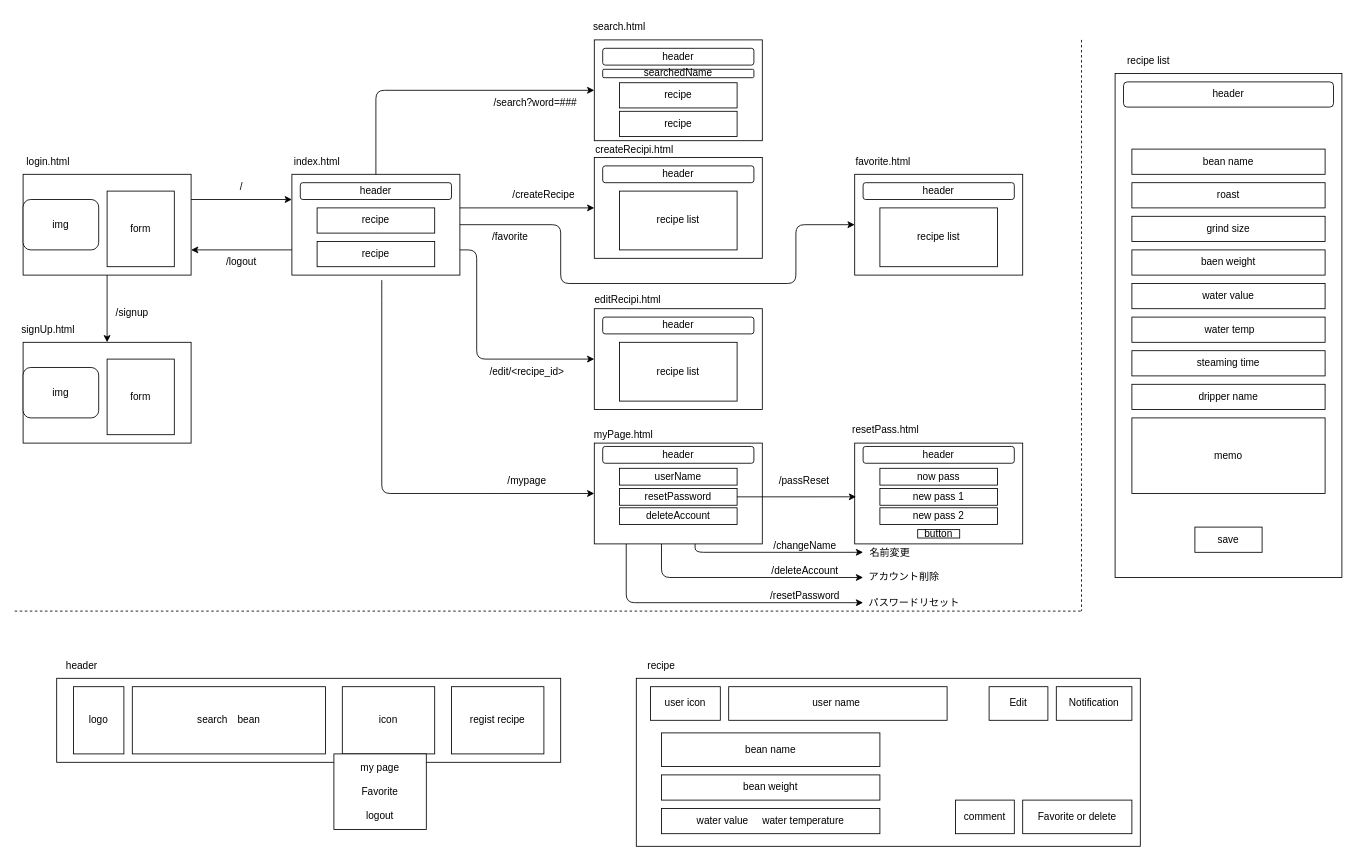
The draw.io diagram screen.dio in sasa-0823/my_coffee, before the edit. Source tidied: cells renumbered, new cells numbered last; positions are measured from the earlier drawing's top-left corner, leaving out a move shared by most shapes. Both pictures are drawn from the tidied source at 84%, with x=0, y=0 at pixel (14, 14).
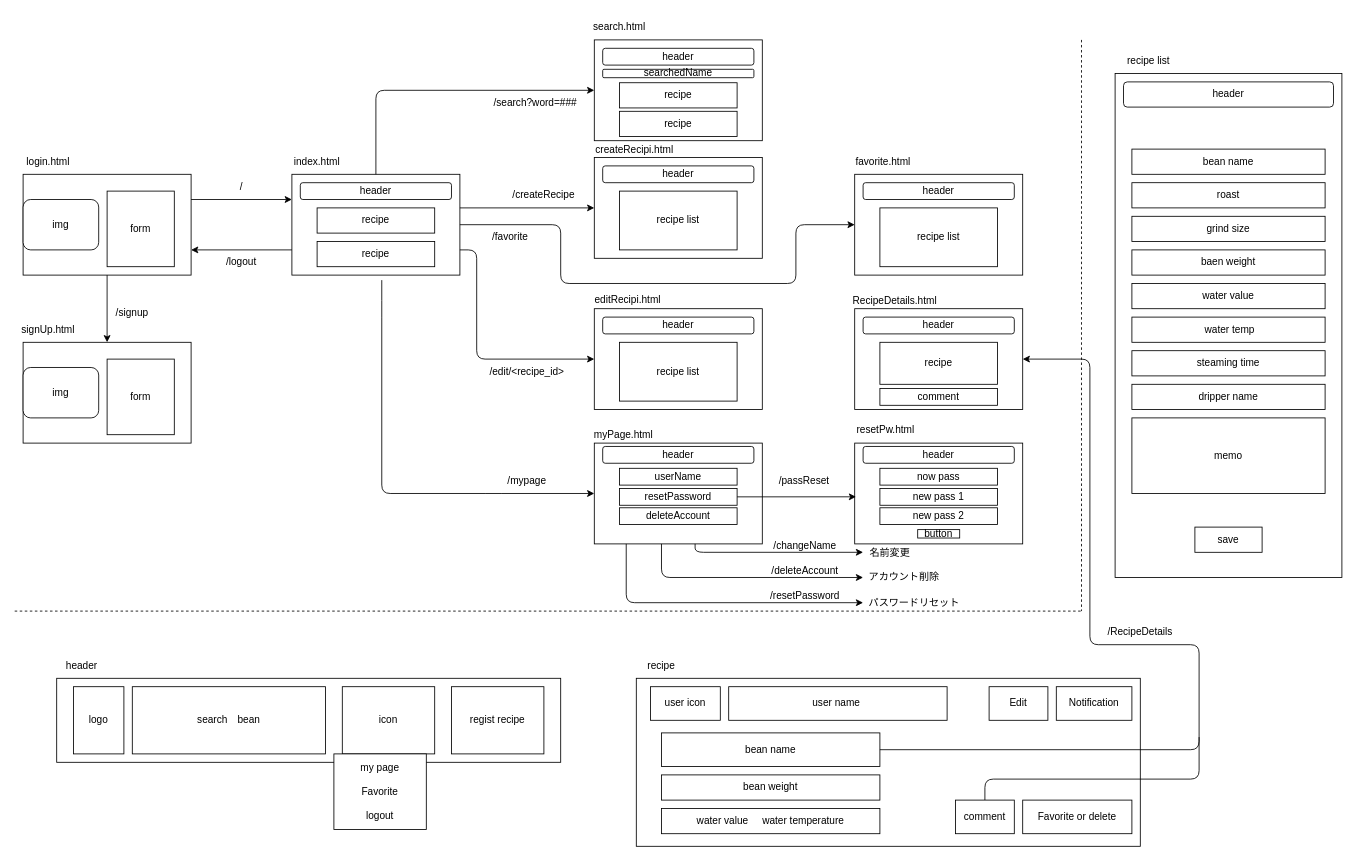
After the change.

Unchanged cells that the change refers to:
```xml
<mxCell id="48" style="group;" parent="1" vertex="1">
  <mxGeometry x="1000" y="480" width="200" height="150" as="geometry" />
</mxCell>
<mxCell id="70" value="bean name" style="rounded=0;whiteSpace=wrap;html=1;" parent="65" vertex="1">
  <mxGeometry x="30" y="95" width="260" height="40" as="geometry" />
</mxCell>
<mxCell id="74" value="comment" style="rounded=0;whiteSpace=wrap;html=1;" parent="65" vertex="1">
  <mxGeometry x="380" y="175" width="70" height="40" as="geometry" />
</mxCell>
```

What changed in the source:
```diff
@@
-    <mxCell id="50" value="resetPass.html" style="text;html=1;strokeColor=none;fillColor=none;align=center;verticalAlign=middle;whiteSpace=wrap;rounded=0;" parent="48" vertex="1">
+    <mxCell id="50" value="resetPw.html" style="text;html=1;strokeColor=none;fillColor=none;align=center;verticalAlign=middle;whiteSpace=wrap;rounded=0;" parent="48" vertex="1">
       <mxGeometry x="7" width="60" height="30" as="geometry" />
     </mxCell>
@@
     <mxCell id="65" style="group;" parent="1" vertex="1">
-      <mxGeometry x="740" y="760" width="600" height="230" as="geometry" />
+      <mxGeometry x="740" y="760" width="620" height="230" as="geometry" />
     </mxCell>
@@
+    <mxCell id="117" style="edgeStyle=none;html=1;exitX=0.5;exitY=0;exitDx=0;exitDy=0;endArrow=none;endFill=0;" parent="65" edge="1" source="74">
+      <mxGeometry relative="1" as="geometry">
+        <mxPoint x="670" y="100" as="targetPoint" />
+        <Array as="points">
+          <mxPoint x="415" y="150" />
+          <mxPoint x="670" y="150" />
+        </Array>
+      </mxGeometry>
+    </mxCell>
@@
+    <mxCell id="118" style="edgeStyle=none;html=1;exitX=1;exitY=0.5;exitDx=0;exitDy=0;entryX=1;entryY=0.5;entryDx=0;entryDy=0;" parent="1" edge="1" source="70" target="120">
+      <mxGeometry relative="1" as="geometry">
+        <Array as="points">
+          <mxPoint x="1410" y="875" />
+          <mxPoint x="1410" y="750" />
+          <mxPoint x="1280" y="750" />
+          <mxPoint x="1280" y="410" />
+        </Array>
+      </mxGeometry>
+    </mxCell>
+    <mxCell id="119" style="group;" parent="1" vertex="1">
+      <mxGeometry x="1000" y="320" width="200" height="150" as="geometry" />
+    </mxCell>
+    <mxCell id="120" style="rounded=0;whiteSpace=wrap;html=1;" parent="119" vertex="1">
+      <mxGeometry y="30" width="200" height="120" as="geometry" />
+    </mxCell>
+    <mxCell id="121" value="RecipeDetails.html" style="text;html=1;strokeColor=none;fillColor=none;align=center;verticalAlign=middle;whiteSpace=wrap;rounded=0;" parent="119" vertex="1">
+      <mxGeometry x="18" y="6" width="60" height="30" as="geometry" />
+    </mxCell>
+    <mxCell id="122" value="recipe" style="rounded=0;whiteSpace=wrap;html=1;" parent="119" vertex="1">
+      <mxGeometry x="30" y="70" width="140" height="50" as="geometry" />
+    </mxCell>
+    <mxCell id="123" value="header" style="rounded=1;whiteSpace=wrap;html=1;" parent="119" vertex="1">
+      <mxGeometry x="10" y="40" width="180" height="20" as="geometry" />
+    </mxCell>
+    <mxCell id="124" value="comment" style="rounded=0;whiteSpace=wrap;html=1;" parent="119" vertex="1">
+      <mxGeometry x="30" y="125" width="140" height="20" as="geometry" />
+    </mxCell>
+    <mxCell id="125" value="/RecipeDetails" style="text;html=1;strokeColor=none;fillColor=none;align=center;verticalAlign=middle;whiteSpace=wrap;rounded=0;" parent="1" vertex="1">
+      <mxGeometry x="1260" y="720" width="160" height="30" as="geometry" />
+    </mxCell>
```
